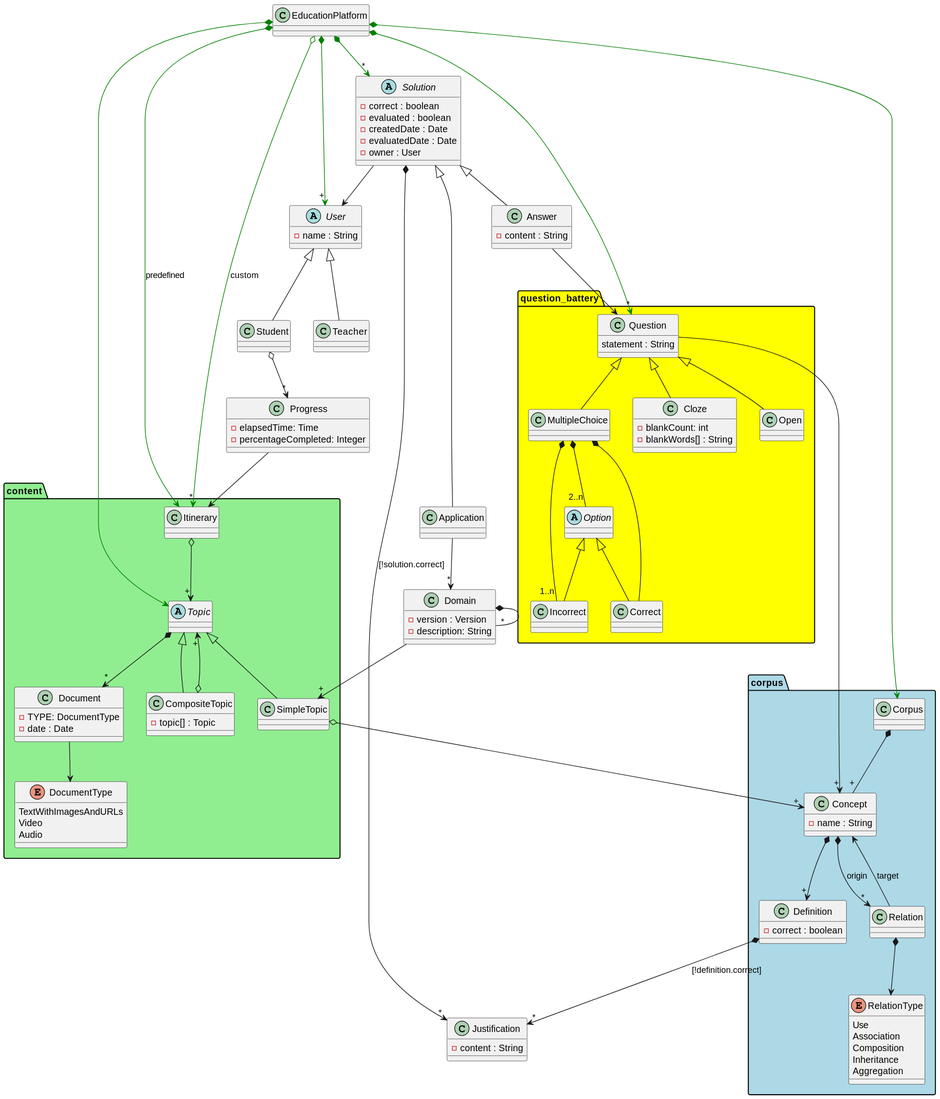
Above: 1.8.-Modelado/Diagrams/EducationPlatform/Domain/EducationPlatformDomain.svg in jumpering/lab-turing (PlantUML), before the change.
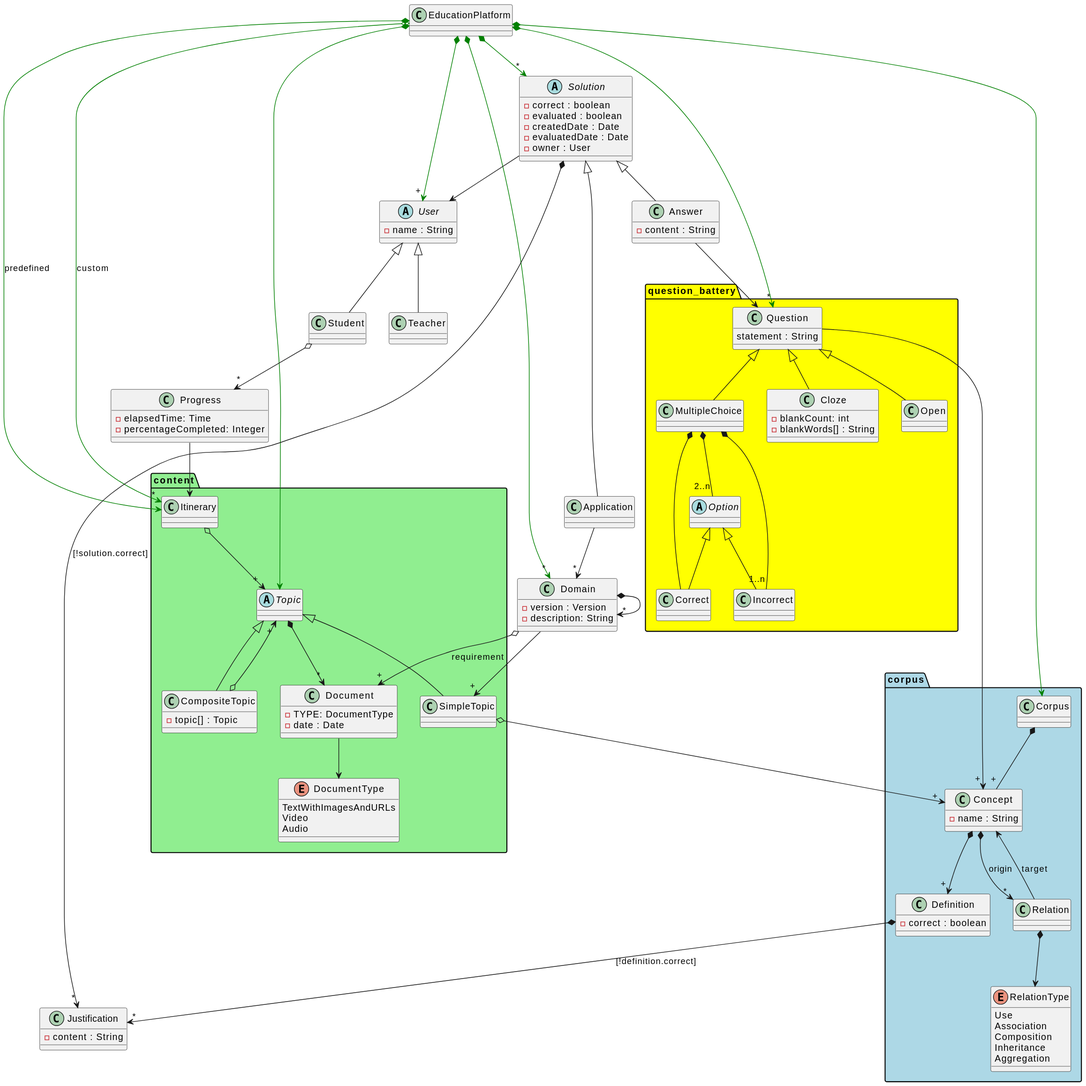
Later version of the same file.

Diff of the diagram source:
```diff
@@ -4,6 +4,7 @@
 EducationPlatform *-[#green]-> content.Itinerary : predefined
 EducationPlatform o-[#green]-> "*" content.Itinerary : custom
 EducationPlatform *-[#green]-> "*" question_battery.Question
+EducationPlatform *-[#green]-> "*" Domain
 EducationPlatform *-[#green]-> "*" Solution
 EducationPlatform *-[#green]-> corpus.Corpus
 
@@ -124,7 +125,8 @@
    - description: String
 }
 Domain --> "+" SimpleTopic
-Domain *-- "*" Domain
+Domain *--> "*" Domain
+Domain o--> "+" content.Document : requirement
 
 class Application{
 
```
